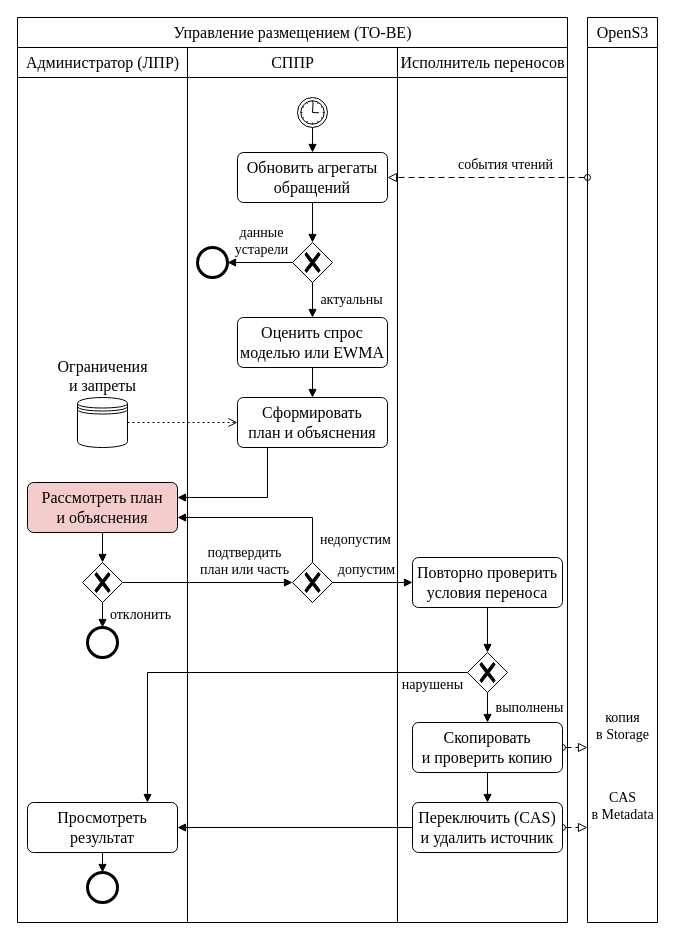
This is 40 - Projects/Диплом/images/src/bpmn_tobe.drawio from WithSoull/obsidian, a draw.io file, before an edit. Source tidied: cells renumbered, new cells numbered last; positions are measured from the earlier drawing's top-left corner, leaving out a move shared by most shapes. Both pictures are drawn from the tidied source at 100%, with x=0, y=0 at pixel (17, 17).
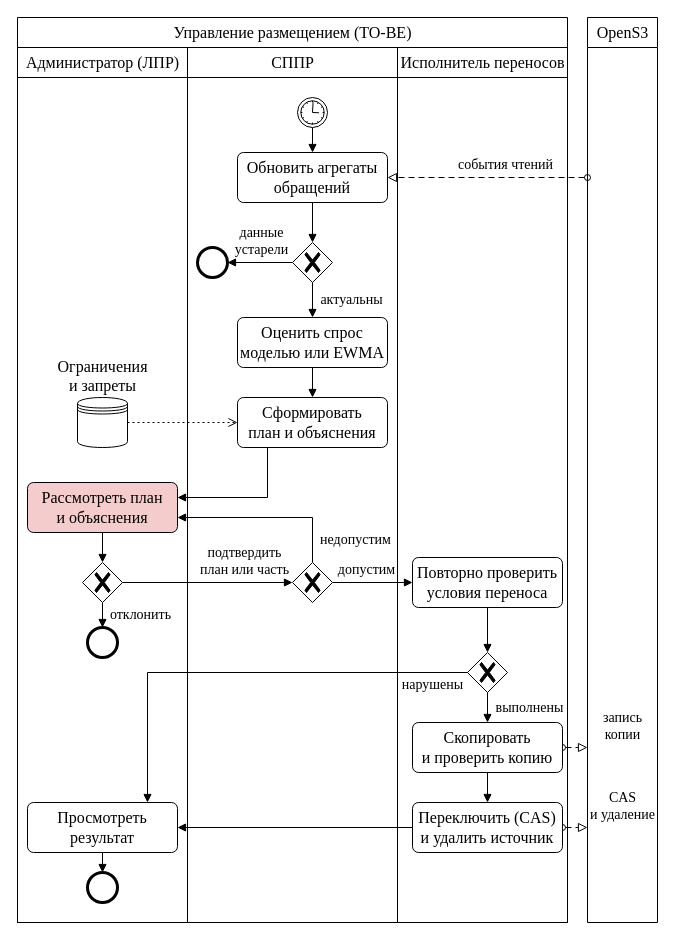
After the change.

The change refers to these unchanged cells:
```xml
<mxCell id="9" style="edgeStyle=orthogonalEdgeStyle;rounded=0;html=1;strokeColor=#000000;strokeWidth=1;endArrow=block;endFill=1;endSize=6;jettySize=auto;dashed=1;dashPattern=6 4;startArrow=oval;startFill=0;startSize=6;endArrow=block;endFill=0;endSize=7;exitX=1.0000;exitY=0.5000;exitDx=0;exitDy=0;exitPerimeter=0;entryX=0.0000;entryY=0.8950;entryDx=0;entryDy=0;entryPerimeter=0;fontFamily=Times New Roman;fontSize=14;fontColor=#000000;" parent="1" edge="1" source="44" target="6">
  <mxGeometry relative="1" as="geometry" />
</mxCell>
<mxCell id="11" style="edgeStyle=orthogonalEdgeStyle;rounded=0;html=1;strokeColor=#000000;strokeWidth=1;endArrow=block;endFill=1;endSize=6;jettySize=auto;dashed=1;dashPattern=6 4;startArrow=oval;startFill=0;startSize=6;endArrow=block;endFill=0;endSize=7;exitX=1.0000;exitY=0.5000;exitDx=0;exitDy=0;exitPerimeter=0;entryX=0.0000;entryY=0.8066;entryDx=0;entryDy=0;entryPerimeter=0;fontFamily=Times New Roman;fontSize=14;fontColor=#000000;" parent="1" edge="1" source="43" target="6">
  <mxGeometry relative="1" as="geometry" />
</mxCell>
```

The edit, as a diff of the source:
```diff
@@
-    <mxCell id="54" value="копия&lt;br&gt;в Storage" style="edgeLabel;html=1;align=center;verticalAlign=middle;labelBackgroundColor=none;fontFamily=Times New Roman;fontSize=14;fontColor=#000000;" parent="11" vertex="1">
+    <mxCell id="54" value="запись&lt;br&gt;копии" style="edgeLabel;html=1;align=center;verticalAlign=middle;labelBackgroundColor=none;fontFamily=Times New Roman;fontSize=14;fontColor=#000000;" parent="11" vertex="1">
       <mxGeometry x="1" relative="1" as="geometry">
         <mxPoint x="35" y="-21" as="offset" />
       </mxGeometry>
     </mxCell>
-    <mxCell id="55" value="CAS&lt;br&gt;в Metadata" style="edgeLabel;html=1;align=center;verticalAlign=middle;labelBackgroundColor=none;fontFamily=Times New Roman;fontSize=14;fontColor=#000000;" parent="9" vertex="1">
+    <mxCell id="55" value="CAS&lt;br&gt;и удаление" style="edgeLabel;html=1;align=center;verticalAlign=middle;labelBackgroundColor=none;fontFamily=Times New Roman;fontSize=14;fontColor=#000000;" parent="9" vertex="1">
       <mxGeometry x="1" relative="1" as="geometry">
         <mxPoint x="35" y="-21" as="offset" />
       </mxGeometry>
     </mxCell>
```
